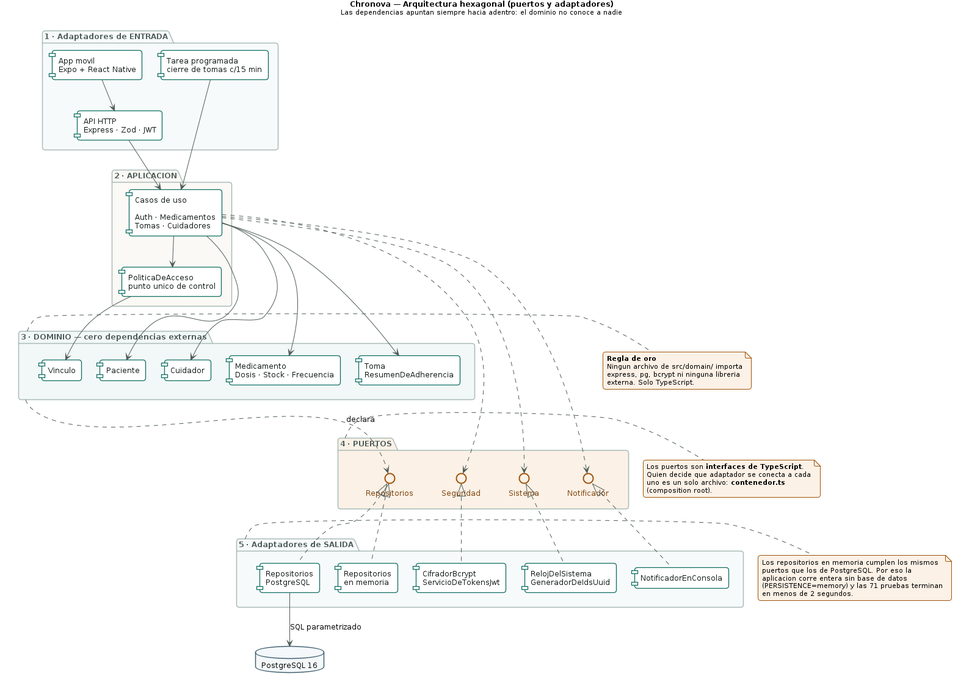
EmmanuelC06/Chronova keeps this PlantUML diagram as docs/diagramas/07-componentes-hexagonal.png. Above is the earlier version. Its source is kept beside it as docs/diagramas/fuentes/07-componentes-hexagonal.puml.
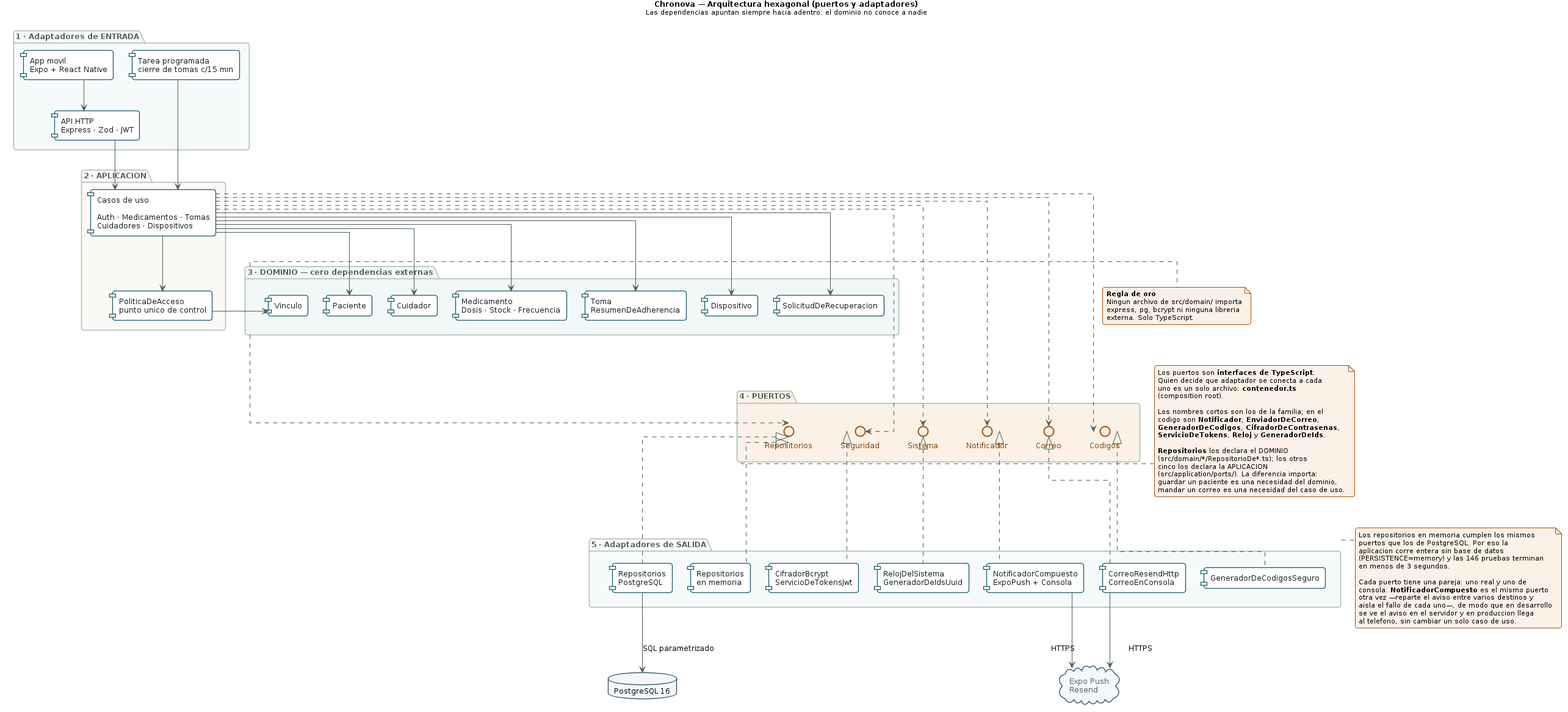
The same diagram one commit later.

Diff of the diagram source:
```diff
@@ -7,9 +7,10 @@
 skinparam roundcorner 8
 skinparam nodesep 30
 skinparam ranksep 50
+skinparam linetype ortho
 
 skinparam component {
-  BorderColor #0E6E62
+  BorderColor #185A66
   BackgroundColor #FFFFFF
   FontColor #101817
   BorderThickness 1.3
@@ -35,6 +36,11 @@
   BorderColor #40606E
   BackgroundColor #F4F8FA
 }
+skinparam cloud {
+  BorderColor #40606E
+  BackgroundColor #F4F8FA
+  FontColor #40606E
+}
 
 title <b>Chronova — Arquitectura hexagonal (puertos y adaptadores)</b>\n<size:11>Las dependencias apuntan siempre hacia adentro: el dominio no conoce a nadie</size>
 
@@ -45,7 +51,7 @@
 }
 
 package "2 · APLICACION" as APL #FBF9F5 {
-  component "Casos de uso\n\nAuth · Medicamentos\nTomas · Cuidadores" as UC
+  component "Casos de uso\n\nAuth · Medicamentos · Tomas\nCuidadores · Dispositivos" as UC
   component "PoliticaDeAcceso\npunto unico de control" as POL
 }
 
@@ -55,6 +61,8 @@
   component "Medicamento\nDosis · Stock · Frecuencia" as E3
   component "Toma\nResumenDeAdherencia" as E4
   component "Vinculo" as E5
+  component "Dispositivo" as E6
+  component "SolicitudDeRecuperacion" as E7
 }
 
 package "4 · PUERTOS" as PUE #FBF1E6 {
@@ -62,6 +70,8 @@
   interface "Seguridad" as ISEG
   interface "Sistema" as ISIS
   interface "Notificador" as INOT
+  interface "Correo" as ICOR
+  interface "Codigos" as ICOD
 }
 
 package "5 · Adaptadores de SALIDA" as SAL #F7FAFB {
@@ -69,10 +79,13 @@
   component "Repositorios\nen memoria" as A2
   component "CifradorBcrypt\nServicioDeTokensJwt" as A3
   component "RelojDelSistema\nGeneradorDeIdsUuid" as A4
-  component "NotificadorEnConsola" as A5
+  component "NotificadorCompuesto\nExpoPush + Consola" as A5
+  component "CorreoResendHttp\nCorreoEnConsola" as A6
+  component "GeneradorDeCodigosSeguro" as A7
 }
 
 database "PostgreSQL 16" as DB
+cloud "Expo Push\nResend" as NUBE
 
 APP --> HTTP
 CRON --> UC
@@ -82,21 +95,29 @@
 UC --> E2
 UC --> E3
 UC --> E4
+UC --> E6
+UC --> E7
 UC --> POL
 POL --> E5
 
-DOM ..> IREPO : declara
+DOM ..> IREPO
 UC ..> ISEG
 UC ..> ISIS
 UC ..> INOT
+UC ..> ICOR
+UC ..> ICOD
 
 IREPO <|.. A1
 IREPO <|.. A2
 ISEG <|.. A3
 ISIS <|.. A4
 INOT <|.. A5
+ICOR <|.. A6
+ICOD <|.. A7
 
 A1 --> DB : SQL parametrizado
+A5 --> NUBE : HTTPS
+A6 --> NUBE : HTTPS
 
 note right of DOM
   <b>Regla de oro</b>
@@ -110,14 +131,33 @@
   Quien decide que adaptador se conecta a cada
   uno es un solo archivo: <b>contenedor.ts</b>
   (composition root).
+
+  Los nombres cortos son los de la familia; en el
+  codigo son <b>Notificador</b>, <b>EnviadorDeCorreo</b>,
+  <b>GeneradorDeCodigos</b>, <b>CifradorDeContrasenas</b>,
+  <b>ServicioDeTokens</b>, <b>Reloj</b> y <b>GeneradorDeIds</b>.
+
+  <b>Repositorios</b> los declara el DOMINIO
+  (src/domain/*/RepositorioDe*.ts); los otros
+  cinco los declara la APLICACION
+  (src/application/ports/). La diferencia importa:
+  guardar un paciente es una necesidad del dominio,
+  mandar un correo es una necesidad del caso de uso.
 end note
 
 note right of SAL
   Los repositorios en memoria cumplen los mismos
   puertos que los de PostgreSQL. Por eso la
   aplicacion corre entera sin base de datos
-  (PERSISTENCE=memory) y las 71 pruebas terminan
-  en menos de 2 segundos.
+  (PERSISTENCE=memory) y las 146 pruebas terminan
+  en menos de 3 segundos.
+
+  Cada puerto tiene una pareja: uno real y uno de
+  consola. <b>NotificadorCompuesto</b> es el mismo puerto
+  otra vez —reparte el aviso entre varios destinos y
+  aisla el fallo de cada uno—, de modo que en desarrollo
+  se ve el aviso en el servidor y en produccion llega
+  al telefono, sin cambiar un solo caso de uso.
 end note
 
 @enduml
```
